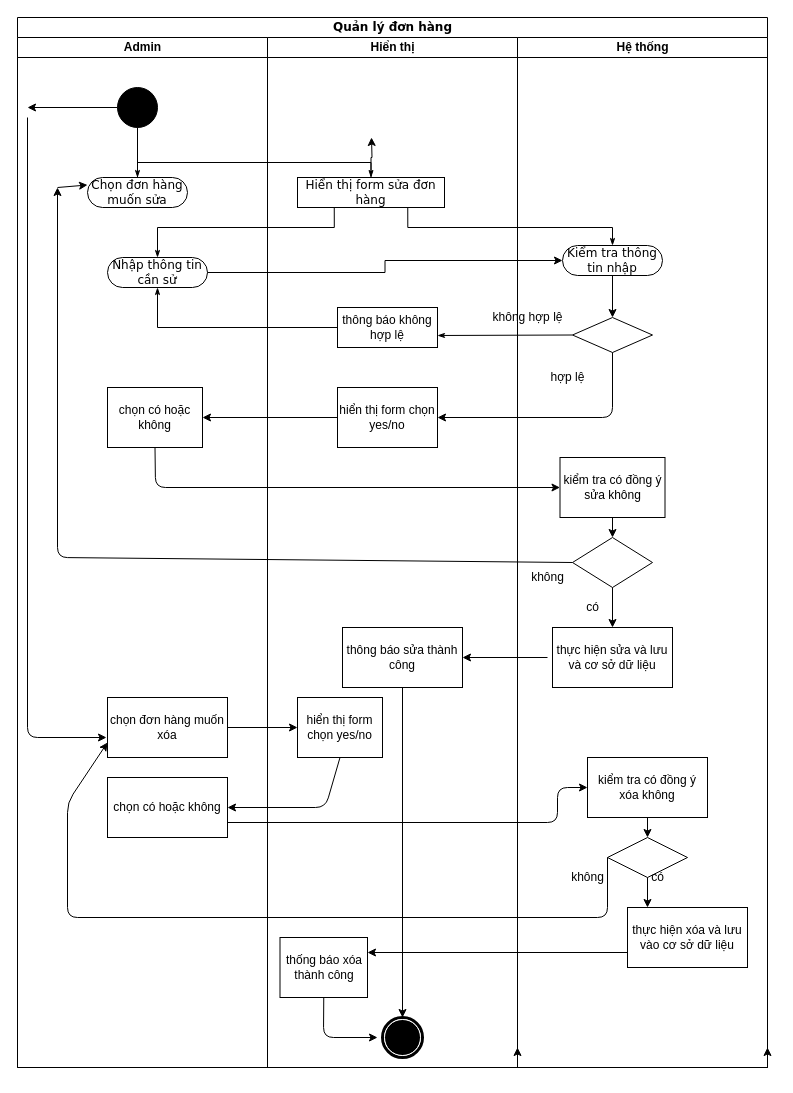
Before: Untitled Diagram.drawio in bacday32/git, a draw.io diagram. Source tidied: cells renumbered, new cells numbered last; positions are measured from the earlier drawing's top-left corner, leaving out a move shared by most shapes. Both pictures are drawn from the tidied source at 100%, with x=0, y=0 at pixel (17, 17).
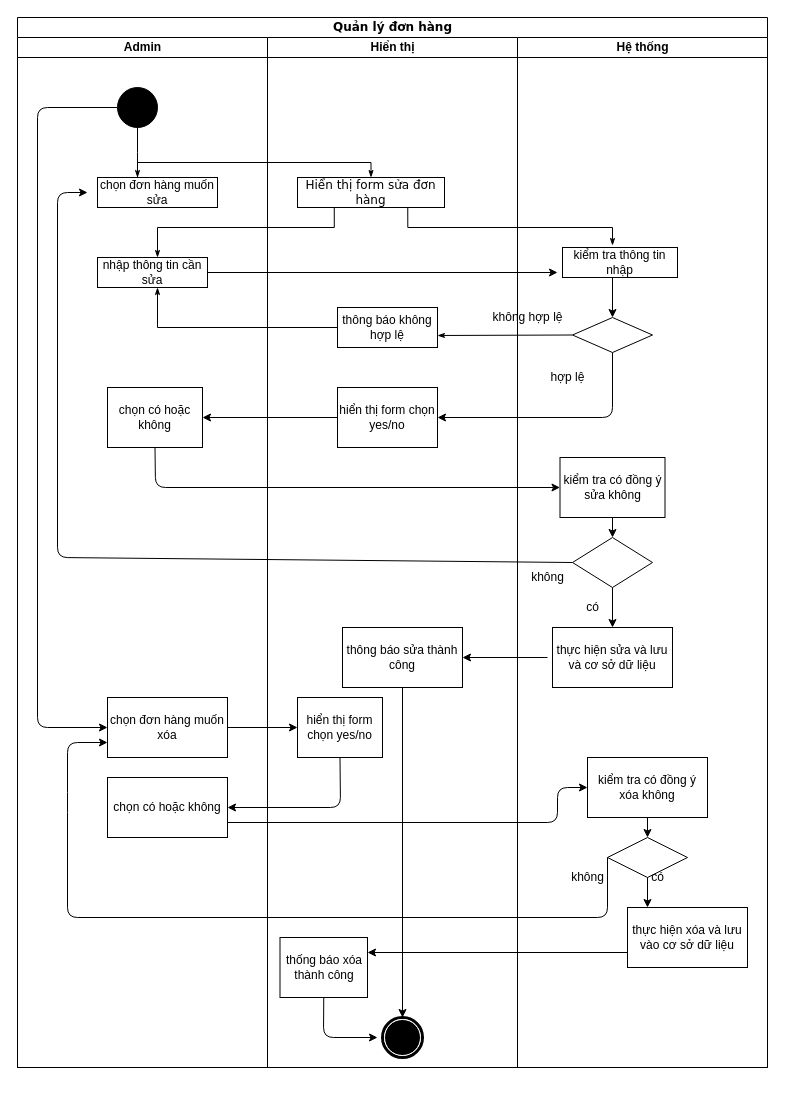
Above is the later version.

Unchanged cells that the change refers to:
```xml
<mxCell id="3" value="Quản lý đơn hàng" style="swimlane;html=1;startSize=20;rounded=0;shadow=0;comic=0;labelBackgroundColor=none;strokeWidth=1;fontFamily=Verdana;fontSize=12;align=center;" parent="1" vertex="1">
  <mxGeometry width="750" height="1050" as="geometry" />
</mxCell>
<mxCell id="4" value="Admin" style="swimlane;html=1;startSize=20;" parent="3" vertex="1">
  <mxGeometry y="20" width="250" height="1030" as="geometry" />
</mxCell>
<mxCell id="7" style="ellipse;whiteSpace=wrap;html=1;rounded=0;shadow=0;comic=0;labelBackgroundColor=none;strokeWidth=1;fillColor=#000000;fontFamily=Verdana;fontSize=12;align=center;" parent="4" vertex="1">
  <mxGeometry x="100" y="50" width="40" height="40" as="geometry" />
</mxCell>
<mxCell id="12" value="chọn đơn hàng muốn xóa" style="rounded=0;whiteSpace=wrap;html=1;" parent="4" vertex="1">
  <mxGeometry x="90" y="660" width="120" height="60" as="geometry" />
</mxCell>
<mxCell id="13" value="chọn có hoặc không" style="rounded=0;whiteSpace=wrap;html=1;" parent="4" vertex="1">
  <mxGeometry x="90" y="740" width="120" height="60" as="geometry" />
</mxCell>
<mxCell id="21" value="hiển thị form chọn yes/no" style="rounded=0;whiteSpace=wrap;html=1;" parent="19" vertex="1">
  <mxGeometry x="30" y="660" width="85" height="60" as="geometry" />
</mxCell>
<mxCell id="22" value="Hiển thị form sửa đơn hàng" style="whiteSpace=wrap;html=1;rounded=0;shadow=0;comic=0;labelBackgroundColor=none;strokeWidth=1;fontFamily=Verdana;fontSize=12;align=center;rotation=0;" parent="19" vertex="1">
  <mxGeometry x="30" y="140" width="147" height="30" as="geometry" />
</mxCell>
<mxCell id="23" value="thông báo không hợp lệ" style="rounded=0;whiteSpace=wrap;html=1;" parent="19" vertex="1">
  <mxGeometry x="70" y="270" width="100" height="40" as="geometry" />
</mxCell>
<mxCell id="28" value="Hệ thống" style="swimlane;html=1;startSize=20;" parent="3" vertex="1">
  <mxGeometry x="500" y="20" width="250" height="1030" as="geometry" />
</mxCell>
<mxCell id="31" style="rhombus;whiteSpace=wrap;html=1;" parent="28" vertex="1">
  <mxGeometry x="55" y="500" width="80" height="50" as="geometry" />
</mxCell>
<mxCell id="39" style="rhombus;whiteSpace=wrap;html=1;" parent="28" vertex="1">
  <mxGeometry x="90" y="800" width="80" height="40" as="geometry" />
</mxCell>
```

Diff of the diagram source:
```diff
@@
-    <mxCell id="2" style="edgeStyle=orthogonalEdgeStyle;rounded=0;jettySize=auto;html=1;exitX=0.5;exitY=0;exitDx=0;exitDy=0;" parent="1" edge="1" source="22">
-      <mxGeometry relative="1" as="geometry">
-        <mxPoint x="354" y="120" as="targetPoint" />
-      </mxGeometry>
-    </mxCell>
@@
-    <mxCell id="6" style="endArrow=classic;html=1;" parent="4" edge="1">
-      <mxGeometry relative="1" as="geometry">
-        <mxPoint x="10" y="80" as="sourcePoint" />
-        <mxPoint x="89" y="700" as="targetPoint" />
-        <Array as="points">
-          <mxPoint x="10" y="700" />
-        </Array>
-      </mxGeometry>
-    </mxCell>
@@
-    <mxCell id="8" value="Chọn đơn hàng muốn sửa" style="rounded=1;whiteSpace=wrap;html=1;shadow=0;comic=0;labelBackgroundColor=none;strokeWidth=1;fontFamily=Verdana;fontSize=12;align=center;arcSize=50;" parent="4" vertex="1">
-      <mxGeometry x="70" y="140" width="100" height="30" as="geometry" />
-    </mxCell>
@@
-    <mxCell id="10" value="Nhập thông tin cần sử" style="rounded=1;whiteSpace=wrap;html=1;shadow=0;comic=0;labelBackgroundColor=none;strokeWidth=1;fontFamily=Verdana;fontSize=12;align=center;arcSize=50;" parent="4" vertex="1">
-      <mxGeometry x="90" y="220" width="100" height="30" as="geometry" />
-    </mxCell>
-    <mxCell id="11" style="edgeStyle=orthogonalEdgeStyle;rounded=0;html=1;labelBackgroundColor=none;startArrow=none;startFill=0;startSize=5;endArrow=classicThin;endFill=1;endSize=5;jettySize=auto;strokeWidth=1;fontFamily=Verdana;fontSize=12;" parent="4" edge="1" source="7" target="8">
-      <mxGeometry relative="1" as="geometry" />
+    <mxCell id="11" style="edgeStyle=orthogonalEdgeStyle;rounded=0;html=1;labelBackgroundColor=none;startArrow=none;startFill=0;startSize=5;endArrow=classicThin;endFill=1;endSize=5;jettySize=auto;strokeWidth=1;fontFamily=Verdana;fontSize=12;" parent="4" edge="1" source="7">
+      <mxGeometry relative="1" as="geometry">
+        <mxPoint x="120" y="140" as="targetPoint" />
+      </mxGeometry>
     </mxCell>
@@
+    <mxCell id="63" value="chọn đơn hàng muốn sửa" style="rounded=0;whiteSpace=wrap;html=1;" parent="4" vertex="1">
+      <mxGeometry x="80" y="140" width="120" height="30" as="geometry" />
+    </mxCell>
+    <mxCell id="64" value="nhập thông tin cần sửa" style="rounded=0;whiteSpace=wrap;html=1;" parent="4" vertex="1">
+      <mxGeometry x="80" y="220" width="110" height="30" as="geometry" />
+    </mxCell>
+    <mxCell id="56" style="endArrow=classic;html=1;exitX=0;exitY=0.5;exitDx=0;exitDy=0;entryX=0;entryY=0.5;entryDx=0;entryDy=0;" parent="4" edge="1" source="7" target="12">
+      <mxGeometry relative="1" as="geometry">
+        <Array as="points">
+          <mxPoint x="20" y="70" />
+          <mxPoint x="20" y="690" />
+        </Array>
+      </mxGeometry>
+    </mxCell>
-    <mxCell id="14" style="edgeStyle=orthogonalEdgeStyle;rounded=0;html=1;entryX=0.5;entryY=0;labelBackgroundColor=none;startArrow=none;startFill=0;startSize=5;endArrow=classicThin;endFill=1;endSize=5;jettySize=auto;strokeWidth=1;fontFamily=Verdana;fontSize=12;" parent="3" edge="1" source="8" target="22">
+    <mxCell id="14" style="edgeStyle=orthogonalEdgeStyle;rounded=0;html=1;entryX=0.5;entryY=0;labelBackgroundColor=none;startArrow=none;startFill=0;startSize=5;endArrow=classicThin;endFill=1;endSize=5;jettySize=auto;strokeWidth=1;fontFamily=Verdana;fontSize=12;" parent="3" edge="1" target="22">
       <mxGeometry relative="1" as="geometry">
+        <mxPoint x="120" y="160" as="sourcePoint" />
         <Array as="points">
           <mxPoint x="354" y="145" />
         </Array>
       </mxGeometry>
     </mxCell>
-    <mxCell id="15" style="edgeStyle=orthogonalEdgeStyle;rounded=0;html=1;exitX=0.75;exitY=1;labelBackgroundColor=none;startArrow=none;startFill=0;startSize=5;endArrow=classicThin;endFill=1;endSize=5;jettySize=auto;strokeWidth=1;fontFamily=Verdana;fontSize=12;" parent="3" edge="1" source="22" target="32">
+    <mxCell id="15" style="edgeStyle=orthogonalEdgeStyle;rounded=0;html=1;exitX=0.75;exitY=1;labelBackgroundColor=none;startArrow=none;startFill=0;startSize=5;endArrow=classicThin;endFill=1;endSize=5;jettySize=auto;strokeWidth=1;fontFamily=Verdana;fontSize=12;" parent="3" edge="1" source="22">
       <mxGeometry relative="1" as="geometry">
+        <mxPoint x="595" y="228" as="targetPoint" />
         <Array as="points">
           <mxPoint x="390" y="210" />
           <mxPoint x="595" y="210" />
         </Array>
       </mxGeometry>
     </mxCell>
-    <mxCell id="16" style="edgeStyle=orthogonalEdgeStyle;rounded=0;html=1;exitX=0.25;exitY=1;entryX=0.5;entryY=0;labelBackgroundColor=none;startArrow=none;startFill=0;startSize=5;endArrow=classicThin;endFill=1;endSize=5;jettySize=auto;strokeWidth=1;fontFamily=Verdana;fontSize=12;" parent="3" edge="1" source="22" target="10">
+    <mxCell id="16" style="edgeStyle=orthogonalEdgeStyle;rounded=0;html=1;exitX=0.25;exitY=1;entryX=0.5;entryY=0;labelBackgroundColor=none;startArrow=none;startFill=0;startSize=5;endArrow=classicThin;endFill=1;endSize=5;jettySize=auto;strokeWidth=1;fontFamily=Verdana;fontSize=12;" parent="3" edge="1" source="22">
       <mxGeometry relative="1" as="geometry">
+        <mxPoint x="140" y="240" as="targetPoint" />
         <Array as="points">
           <mxPoint x="317" y="210" />
           <mxPoint x="140" y="210" />
         </Array>
       </mxGeometry>
     </mxCell>
-    <mxCell id="17" style="edgeStyle=orthogonalEdgeStyle;rounded=0;jettySize=auto;html=1;" parent="3" edge="1" source="10" target="32">
-      <mxGeometry relative="1" as="geometry" />
-    </mxCell>
-    <mxCell id="18" style="edgeStyle=none;rounded=0;html=1;labelBackgroundColor=none;startArrow=none;startFill=0;startSize=5;endArrow=classicThin;endFill=1;endSize=5;jettySize=auto;strokeWidth=1;fontFamily=Verdana;fontSize=12;exitX=0;exitY=0.5;exitDx=0;exitDy=0;entryX=0.5;entryY=1;entryDx=0;entryDy=0;" parent="3" edge="1" source="23" target="10">
+    <mxCell id="18" style="edgeStyle=none;rounded=0;html=1;labelBackgroundColor=none;startArrow=none;startFill=0;startSize=5;endArrow=classicThin;endFill=1;endSize=5;jettySize=auto;strokeWidth=1;fontFamily=Verdana;fontSize=12;exitX=0;exitY=0.5;exitDx=0;exitDy=0;entryX=0.5;entryY=1;entryDx=0;entryDy=0;" parent="3" edge="1" source="23">
       <mxGeometry relative="1" as="geometry">
+        <mxPoint x="140" y="270" as="targetPoint" />
         <Array as="points">
           <mxPoint x="140" y="310" />
         </Array>
       </mxGeometry>
     </mxCell>
@@
-    <mxCell id="32" value="Kiểm tra thông tin nhập" style="rounded=1;whiteSpace=wrap;html=1;shadow=0;comic=0;labelBackgroundColor=none;strokeWidth=1;fontFamily=Verdana;fontSize=12;align=center;arcSize=50;" parent="28" vertex="1">
-      <mxGeometry x="45" y="208" width="100" height="30" as="geometry" />
-    </mxCell>
@@
-    <mxCell id="34" style="endArrow=classic;html=1;exitX=0.5;exitY=1;exitDx=0;exitDy=0;" parent="28" edge="1" source="32">
+    <mxCell id="34" style="endArrow=classic;html=1;exitX=0.5;exitY=1;exitDx=0;exitDy=0;" parent="28" edge="1">
       <mxGeometry relative="1" as="geometry">
+        <mxPoint x="95" y="238" as="sourcePoint" />
         <mxPoint x="95" y="280" as="targetPoint" />
       </mxGeometry>
     </mxCell>
@@
+    <mxCell id="65" value="kiểm tra thông tin nhập" style="rounded=0;whiteSpace=wrap;html=1;" parent="28" vertex="1">
+      <mxGeometry x="45" y="210" width="115" height="30" as="geometry" />
+    </mxCell>
@@
     <mxCell id="47" style="endArrow=classic;html=1;exitX=0;exitY=0.5;exitDx=0;exitDy=0;entryX=0;entryY=0.75;entryDx=0;entryDy=0;" parent="3" edge="1" source="39" target="12">
       <mxGeometry relative="1" as="geometry">
         <Array as="points">
           <mxPoint x="590" y="900" />
           <mxPoint x="50" y="900" />
           <mxPoint x="50" y="785" />
+          <mxPoint x="50" y="725" />
         </Array>
       </mxGeometry>
     </mxCell>
     <mxCell id="48" style="endArrow=classic;html=1;exitX=0.5;exitY=1;exitDx=0;exitDy=0;entryX=1;entryY=0.5;entryDx=0;entryDy=0;" parent="3" edge="1" source="21" target="13">
       <mxGeometry relative="1" as="geometry">
         <Array as="points">
-          <mxPoint x="308" y="790" />
+          <mxPoint x="323" y="790" />
         </Array>
       </mxGeometry>
     </mxCell>
@@
+    <mxCell id="52" style="endArrow=classic;html=1;exitX=0;exitY=0.5;exitDx=0;exitDy=0;entryX=0;entryY=0.5;entryDx=0;entryDy=0;" parent="3" edge="1" source="31">
+      <mxGeometry relative="1" as="geometry">
+        <mxPoint x="70" y="175" as="targetPoint" />
+        <Array as="points">
+          <mxPoint x="40" y="540" />
+          <mxPoint x="40" y="175" />
+        </Array>
+      </mxGeometry>
+    </mxCell>
@@
-    <mxCell id="52" style="endArrow=classic;html=1;exitX=0;exitY=0.5;exitDx=0;exitDy=0;" parent="1" edge="1" source="31">
-      <mxGeometry relative="1" as="geometry">
-        <mxPoint x="40" y="170" as="targetPoint" />
-        <Array as="points">
-          <mxPoint x="40" y="540" />
-        </Array>
-      </mxGeometry>
-    </mxCell>
-    <mxCell id="53" style="endArrow=classic;html=1;entryX=0;entryY=0.25;entryDx=0;entryDy=0;" parent="1" edge="1" target="8">
-      <mxGeometry relative="1" as="geometry">
-        <mxPoint x="40" y="170" as="sourcePoint" />
-      </mxGeometry>
-    </mxCell>
@@
-    <mxCell id="56" style="endArrow=classic;html=1;exitX=0;exitY=0.5;exitDx=0;exitDy=0;" parent="1" edge="1" source="7">
-      <mxGeometry relative="1" as="geometry">
-        <mxPoint x="10" y="90" as="targetPoint" />
-      </mxGeometry>
-    </mxCell>
@@
-    <mxCell id="60" style="edgeStyle=orthogonalEdgeStyle;rounded=0;jettySize=auto;html=1;exitX=1;exitY=1;exitDx=0;exitDy=0;" parent="1" edge="1" source="28">
-      <mxGeometry relative="1" as="geometry">
-        <mxPoint x="750" y="1030" as="targetPoint" />
-      </mxGeometry>
-    </mxCell>
-    <mxCell id="61" style="edgeStyle=orthogonalEdgeStyle;rounded=0;jettySize=auto;html=1;exitX=0;exitY=1;exitDx=0;exitDy=0;" parent="1" edge="1" source="28">
-      <mxGeometry relative="1" as="geometry">
-        <mxPoint x="500" y="1030" as="targetPoint" />
-      </mxGeometry>
-    </mxCell>
@@
+    <mxCell id="66" style="endArrow=classic;html=1;exitX=1;exitY=0.5;exitDx=0;exitDy=0;" parent="1" edge="1" source="64">
+      <mxGeometry relative="1" as="geometry">
+        <mxPoint x="540" y="255" as="targetPoint" />
+      </mxGeometry>
+    </mxCell>
```
